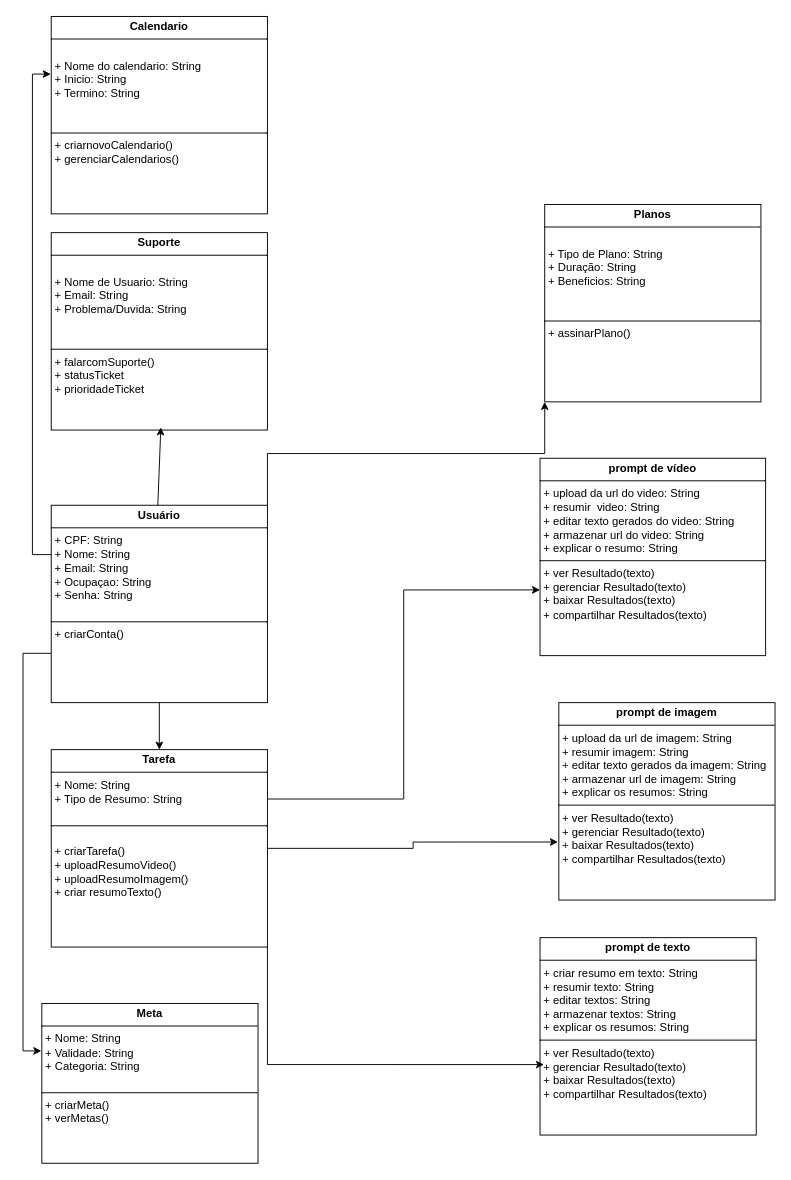
Before: page "Classes" (6 of 6) of Diagrama sem nome.drawio in maqueto/fcwai, a draw.io diagram. Source tidied: cells renumbered, new cells numbered last; positions are measured from the earlier drawing's top-left corner, leaving out a move shared by most shapes. Both pictures are drawn from the tidied source at 94%, with x=0, y=0 at pixel (41, 16).
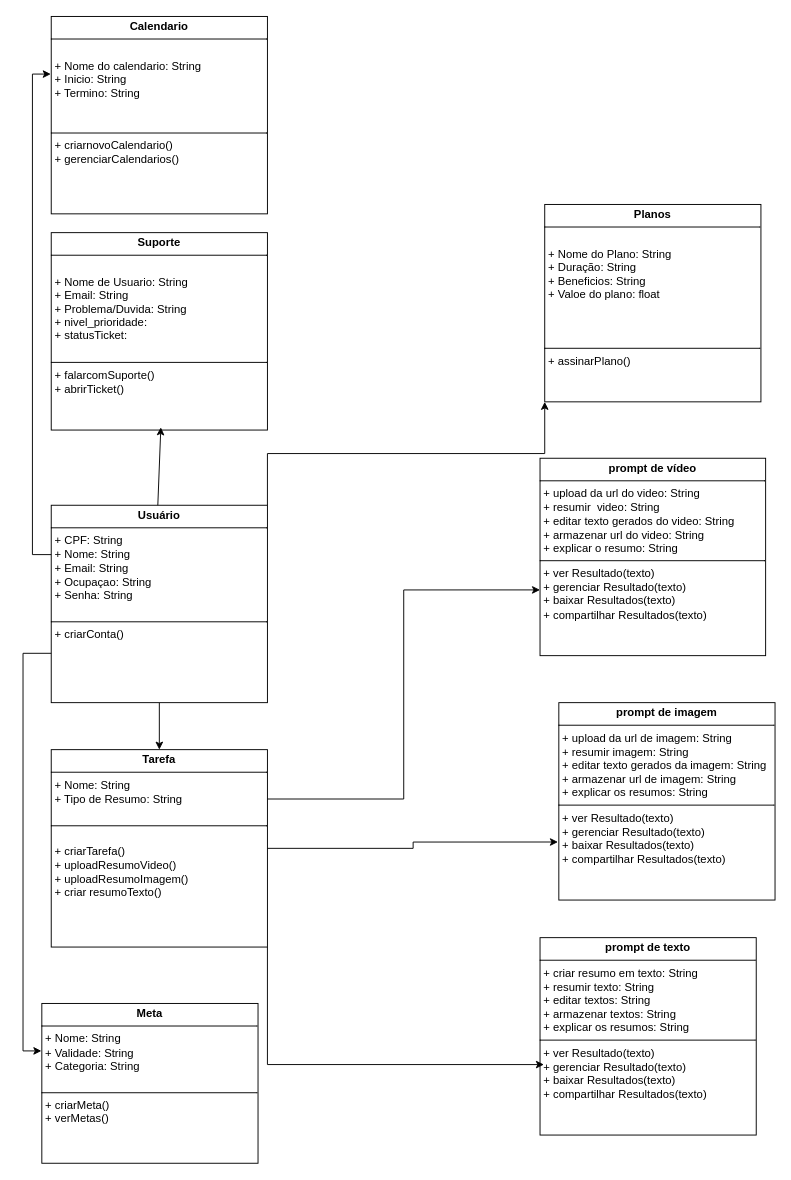
Above is the later version.

Change to the diagram source:
```diff
@@
 <mxGraphModel>
   <root>
     <mxCell id="0" />
     <mxCell id="1" parent="0" />
     <mxCell id="2" value="&lt;p style=&quot;margin:0px;margin-top:4px;text-align:center;&quot;&gt;&lt;b&gt;prompt de texto&lt;/b&gt;&lt;/p&gt;&lt;hr size=&quot;1&quot; style=&quot;border-style:solid;&quot;&gt;&lt;p style=&quot;margin: 0px 0px 0px 4px;&quot;&gt;+ criar resumo em texto: String&lt;/p&gt;&lt;p style=&quot;margin: 0px 0px 0px 4px;&quot;&gt;+ resumir texto: String&lt;/p&gt;&lt;p style=&quot;margin: 0px 0px 0px 4px;&quot;&gt;+ editar textos: String&lt;/p&gt;&lt;p style=&quot;margin: 0px 0px 0px 4px;&quot;&gt;+ armazenar textos: String&lt;/p&gt;&lt;p style=&quot;margin: 0px 0px 0px 4px;&quot;&gt;+ explicar os resumos: String&lt;/p&gt;&lt;hr size=&quot;1&quot; style=&quot;border-style:solid;&quot;&gt;&lt;p style=&quot;margin: 0px 0px 0px 4px;&quot;&gt;+ ver Resultado(texto)&lt;br&gt;&lt;/p&gt;&lt;p style=&quot;margin: 0px 0px 0px 4px;&quot;&gt;+ gerenciar Resultado(texto)&lt;/p&gt;&lt;p style=&quot;margin: 0px 0px 0px 4px;&quot;&gt;+ baixar Resultados(texto)&lt;/p&gt;&lt;p style=&quot;margin: 0px 0px 0px 4px;&quot;&gt;+ compartilhar Resultados(texto)&lt;/p&gt;&lt;p style=&quot;margin: 0px 0px 0px 4px;&quot;&gt;&lt;br&gt;&lt;/p&gt;" style="verticalAlign=top;align=left;overflow=fill;html=1;whiteSpace=wrap;" parent="1" vertex="1">
       <mxGeometry x="530" y="980" width="230" height="210" as="geometry" />
     </mxCell>
     <mxCell id="3" style="edgeStyle=orthogonalEdgeStyle;rounded=0;jettySize=auto;html=1;" parent="1" edge="1" source="5" target="8">
       <mxGeometry relative="1" as="geometry" />
     </mxCell>
     <mxCell id="4" style="edgeStyle=orthogonalEdgeStyle;rounded=0;jettySize=auto;html=1;exitX=1;exitY=0;exitDx=0;exitDy=0;entryX=0;entryY=1;entryDx=0;entryDy=0;" parent="1" edge="1" source="5" target="16">
       <mxGeometry relative="1" as="geometry" />
     </mxCell>
     <mxCell id="5" value="&lt;p style=&quot;margin:0px;margin-top:4px;text-align:center;&quot;&gt;&lt;b&gt;Usuário&lt;/b&gt;&lt;/p&gt;&lt;hr size=&quot;1&quot; style=&quot;border-style:solid;&quot;&gt;&lt;p style=&quot;margin:0px;margin-left:4px;&quot;&gt;+ CPF: String&lt;/p&gt;&lt;p style=&quot;margin:0px;margin-left:4px;&quot;&gt;+ Nome: String&lt;/p&gt;&lt;p style=&quot;margin:0px;margin-left:4px;&quot;&gt;+ Email: String&lt;/p&gt;&lt;p style=&quot;margin:0px;margin-left:4px;&quot;&gt;+ Ocupaçao: String&lt;/p&gt;&lt;p style=&quot;margin:0px;margin-left:4px;&quot;&gt;+ Senha: String&lt;/p&gt;&lt;p style=&quot;margin:0px;margin-left:4px;&quot;&gt;&lt;br&gt;&lt;/p&gt;&lt;hr size=&quot;1&quot; style=&quot;border-style:solid;&quot;&gt;&lt;p style=&quot;margin:0px;margin-left:4px;&quot;&gt;+ criarConta()&lt;/p&gt;&lt;p style=&quot;margin:0px;margin-left:4px;&quot;&gt;&lt;br&gt;&lt;/p&gt;" style="verticalAlign=top;align=left;overflow=fill;html=1;whiteSpace=wrap;" parent="1" vertex="1">
       <mxGeometry x="10" y="520" width="230" height="210" as="geometry" />
     </mxCell>
     <mxCell id="6" value="&lt;p style=&quot;margin:0px;margin-top:4px;text-align:center;&quot;&gt;&lt;b&gt;prompt de imagem&lt;/b&gt;&lt;/p&gt;&lt;hr size=&quot;1&quot; style=&quot;border-style:solid;&quot;&gt;&lt;p style=&quot;margin: 0px 0px 0px 4px;&quot;&gt;+ upload da url de imagem: String&lt;/p&gt;&lt;p style=&quot;margin: 0px 0px 0px 4px;&quot;&gt;+ resumir imagem: String&lt;/p&gt;&lt;p style=&quot;margin: 0px 0px 0px 4px;&quot;&gt;+ editar texto gerados da imagem: String&lt;/p&gt;&lt;p style=&quot;margin: 0px 0px 0px 4px;&quot;&gt;+ armazenar url de imagem: String&lt;/p&gt;&lt;p style=&quot;margin: 0px 0px 0px 4px;&quot;&gt;+ explicar os resumos: String&lt;/p&gt;&lt;hr size=&quot;1&quot; style=&quot;border-style:solid;&quot;&gt;&lt;p style=&quot;margin: 0px 0px 0px 4px;&quot;&gt;+ ver Resultado(texto)&lt;br&gt;&lt;/p&gt;&lt;p style=&quot;margin: 0px 0px 0px 4px;&quot;&gt;+ gerenciar Resultado(texto)&lt;/p&gt;&lt;p style=&quot;margin: 0px 0px 0px 4px;&quot;&gt;+ baixar Resultados(texto)&lt;/p&gt;&lt;p style=&quot;margin: 0px 0px 0px 4px;&quot;&gt;+ compartilhar Resultados(texto)&lt;/p&gt;&lt;p style=&quot;margin: 0px 0px 0px 4px;&quot;&gt;&lt;br&gt;&lt;/p&gt;" style="verticalAlign=top;align=left;overflow=fill;html=1;whiteSpace=wrap;" parent="1" vertex="1">
       <mxGeometry x="550" y="730" width="230" height="210" as="geometry" />
     </mxCell>
     <mxCell id="7" value="&lt;p style=&quot;margin:0px;margin-top:4px;text-align:center;&quot;&gt;&lt;b&gt;prompt de vídeo&lt;/b&gt;&lt;/p&gt;&lt;hr size=&quot;1&quot; style=&quot;border-style:solid;&quot;&gt;&lt;p style=&quot;margin: 0px 0px 0px 4px;&quot;&gt;+ upload da url do video: String&lt;/p&gt;&lt;p style=&quot;margin: 0px 0px 0px 4px;&quot;&gt;+ resumir&amp;nbsp; video: String&lt;/p&gt;&lt;p style=&quot;margin: 0px 0px 0px 4px;&quot;&gt;+ editar texto gerados do video: String&lt;/p&gt;&lt;p style=&quot;margin: 0px 0px 0px 4px;&quot;&gt;+ armazenar url do video: String&lt;/p&gt;&lt;p style=&quot;margin: 0px 0px 0px 4px;&quot;&gt;+ explicar o resumo: String&lt;/p&gt;&lt;hr size=&quot;1&quot; style=&quot;border-style:solid;&quot;&gt;&lt;p style=&quot;margin: 0px 0px 0px 4px;&quot;&gt;+ ver Resultado(texto)&lt;br&gt;&lt;/p&gt;&lt;p style=&quot;margin: 0px 0px 0px 4px;&quot;&gt;+ gerenciar Resultado(texto)&lt;/p&gt;&lt;p style=&quot;margin: 0px 0px 0px 4px;&quot;&gt;+ baixar Resultados(texto)&lt;/p&gt;&lt;p style=&quot;margin: 0px 0px 0px 4px;&quot;&gt;+ compartilhar Resultados(texto)&lt;/p&gt;&lt;p style=&quot;margin: 0px 0px 0px 4px;&quot;&gt;&lt;br&gt;&lt;/p&gt;" style="verticalAlign=top;align=left;overflow=fill;html=1;whiteSpace=wrap;" parent="1" vertex="1">
       <mxGeometry x="530" y="470" width="240" height="210" as="geometry" />
     </mxCell>
     <mxCell id="8" value="&lt;p style=&quot;margin:0px;margin-top:4px;text-align:center;&quot;&gt;&lt;b&gt;Tarefa&lt;/b&gt;&lt;/p&gt;&lt;hr size=&quot;1&quot; style=&quot;border-style:solid;&quot;&gt;&lt;p style=&quot;margin:0px;margin-left:4px;&quot;&gt;+ Nome: String&lt;/p&gt;&lt;p style=&quot;margin:0px;margin-left:4px;&quot;&gt;+ Tipo de Resumo: String&lt;/p&gt;&lt;p style=&quot;margin:0px;margin-left:4px;&quot;&gt;&lt;br&gt;&lt;/p&gt;&lt;hr size=&quot;1&quot; style=&quot;border-style:solid;&quot;&gt;&lt;p style=&quot;margin:0px;margin-left:4px;&quot;&gt;&lt;br&gt;&lt;/p&gt;&lt;p style=&quot;margin:0px;margin-left:4px;&quot;&gt;+ criarTarefa()&lt;/p&gt;&lt;p style=&quot;margin:0px;margin-left:4px;&quot;&gt;+ uploadResumoVideo()&lt;/p&gt;&lt;p style=&quot;margin:0px;margin-left:4px;&quot;&gt;+ uploadResumoImagem()&lt;/p&gt;&lt;p style=&quot;margin:0px;margin-left:4px;&quot;&gt;+ criar resumoTexto()&lt;/p&gt;" style="verticalAlign=top;align=left;overflow=fill;html=1;whiteSpace=wrap;" parent="1" vertex="1">
       <mxGeometry x="10" y="780" width="230" height="210" as="geometry" />
     </mxCell>
     <mxCell id="9" style="edgeStyle=orthogonalEdgeStyle;rounded=0;jettySize=auto;html=1;exitX=1;exitY=0.25;exitDx=0;exitDy=0;entryX=0;entryY=0.667;entryDx=0;entryDy=0;entryPerimeter=0;" parent="1" edge="1" source="8" target="7">
       <mxGeometry relative="1" as="geometry" />
     </mxCell>
     <mxCell id="10" style="edgeStyle=orthogonalEdgeStyle;rounded=0;jettySize=auto;html=1;exitX=1;exitY=0.5;exitDx=0;exitDy=0;entryX=-0.004;entryY=0.706;entryDx=0;entryDy=0;entryPerimeter=0;" parent="1" edge="1" source="8" target="6">
       <mxGeometry relative="1" as="geometry" />
     </mxCell>
     <mxCell id="11" style="edgeStyle=orthogonalEdgeStyle;rounded=0;jettySize=auto;html=1;exitX=1;exitY=1;exitDx=0;exitDy=0;entryX=0.018;entryY=0.643;entryDx=0;entryDy=0;entryPerimeter=0;" parent="1" edge="1" source="8" target="2">
       <mxGeometry relative="1" as="geometry" />
     </mxCell>
     <mxCell id="12" value="&lt;p style=&quot;margin:0px;margin-top:4px;text-align:center;&quot;&gt;&lt;b&gt;Meta&lt;/b&gt;&lt;/p&gt;&lt;hr size=&quot;1&quot; style=&quot;border-style:solid;&quot;&gt;&lt;p style=&quot;margin:0px;margin-left:4px;&quot;&gt;+ Nome: String&lt;/p&gt;&lt;p style=&quot;margin:0px;margin-left:4px;&quot;&gt;+ Validade: String&lt;/p&gt;&lt;p style=&quot;margin:0px;margin-left:4px;&quot;&gt;+ Categoria: String&lt;/p&gt;&lt;p style=&quot;margin:0px;margin-left:4px;&quot;&gt;&lt;br&gt;&lt;/p&gt;&lt;hr size=&quot;1&quot; style=&quot;border-style:solid;&quot;&gt;&lt;p style=&quot;margin:0px;margin-left:4px;&quot;&gt;+ criarMeta()&lt;/p&gt;&lt;p style=&quot;margin:0px;margin-left:4px;&quot;&gt;+ verMetas()&lt;/p&gt;" style="verticalAlign=top;align=left;overflow=fill;html=1;whiteSpace=wrap;" parent="1" vertex="1">
       <mxGeometry y="1050" width="230" height="170" as="geometry" />
     </mxCell>
-    <mxCell id="13" value="&lt;p style=&quot;margin:0px;margin-top:4px;text-align:center;&quot;&gt;&lt;b&gt;Suporte&lt;/b&gt;&lt;/p&gt;&lt;hr size=&quot;1&quot; style=&quot;border-style:solid;&quot;&gt;&lt;p style=&quot;margin:0px;margin-left:4px;&quot;&gt;&lt;br&gt;&lt;/p&gt;&lt;p style=&quot;margin:0px;margin-left:4px;&quot;&gt;+ Nome de Usuario: String&lt;/p&gt;&lt;p style=&quot;margin:0px;margin-left:4px;&quot;&gt;+ Email: String&lt;/p&gt;&lt;p style=&quot;margin:0px;margin-left:4px;&quot;&gt;+ Problema/Duvida: String&lt;/p&gt;&lt;p style=&quot;margin:0px;margin-left:4px;&quot;&gt;&lt;br&gt;&lt;/p&gt;&lt;p style=&quot;margin:0px;margin-left:4px;&quot;&gt;&lt;br&gt;&lt;/p&gt;&lt;hr size=&quot;1&quot; style=&quot;border-style:solid;&quot;&gt;&lt;p style=&quot;margin:0px;margin-left:4px;&quot;&gt;+ falarcomSuporte()&lt;/p&gt;&lt;p style=&quot;margin:0px;margin-left:4px;&quot;&gt;+ statusTicket&lt;/p&gt;&lt;p style=&quot;margin:0px;margin-left:4px;&quot;&gt;+ prioridadeTicket&lt;/p&gt;&lt;p style=&quot;margin:0px;margin-left:4px;&quot;&gt;&lt;br&gt;&lt;/p&gt;" style="verticalAlign=top;align=left;overflow=fill;html=1;whiteSpace=wrap;" parent="1" vertex="1">
+    <mxCell id="13" value="&lt;p style=&quot;margin:0px;margin-top:4px;text-align:center;&quot;&gt;&lt;b&gt;Suporte&lt;/b&gt;&lt;/p&gt;&lt;hr size=&quot;1&quot; style=&quot;border-style:solid;&quot;&gt;&lt;p style=&quot;margin:0px;margin-left:4px;&quot;&gt;&lt;br&gt;&lt;/p&gt;&lt;p style=&quot;margin:0px;margin-left:4px;&quot;&gt;+ Nome de Usuario: String&lt;/p&gt;&lt;p style=&quot;margin:0px;margin-left:4px;&quot;&gt;+ Email: String&lt;/p&gt;&lt;p style=&quot;margin:0px;margin-left:4px;&quot;&gt;+ Problema/Duvida: String&lt;/p&gt;&lt;p style=&quot;margin:0px;margin-left:4px;&quot;&gt;+ nivel_prioridade:&lt;/p&gt;&lt;p style=&quot;margin:0px;margin-left:4px;&quot;&gt;+ statusTicket:&lt;/p&gt;&lt;p style=&quot;margin:0px;margin-left:4px;&quot;&gt;&lt;br&gt;&lt;/p&gt;&lt;hr size=&quot;1&quot; style=&quot;border-style:solid;&quot;&gt;&lt;p style=&quot;margin:0px;margin-left:4px;&quot;&gt;+ falarcomSuporte()&lt;/p&gt;&lt;p style=&quot;margin:0px;margin-left:4px;&quot;&gt;+ abrirTicket()&lt;/p&gt;" style="verticalAlign=top;align=left;overflow=fill;html=1;whiteSpace=wrap;" parent="1" vertex="1">
       <mxGeometry x="10" y="230" width="230" height="210" as="geometry" />
     </mxCell>
     <mxCell id="14" style="endArrow=classic;html=1;rounded=0;entryX=0.536;entryY=0.986;entryDx=0;entryDy=0;entryPerimeter=0;" parent="1" edge="1">
       <mxGeometry relative="1" as="geometry">
         <mxPoint x="123.4" y="520" as="sourcePoint" />
         <mxPoint x="126.6" y="437.1" as="targetPoint" />
       </mxGeometry>
     </mxCell>
     <mxCell id="15" style="edgeStyle=orthogonalEdgeStyle;rounded=0;jettySize=auto;html=1;exitX=0;exitY=0.75;exitDx=0;exitDy=0;entryX=-0.002;entryY=0.297;entryDx=0;entryDy=0;entryPerimeter=0;" parent="1" edge="1" source="5" target="12">
       <mxGeometry relative="1" as="geometry" />
     </mxCell>
-    <mxCell id="16" value="&lt;p style=&quot;margin:0px;margin-top:4px;text-align:center;&quot;&gt;&lt;b&gt;Planos&lt;/b&gt;&lt;/p&gt;&lt;hr size=&quot;1&quot; style=&quot;border-style:solid;&quot;&gt;&lt;p style=&quot;margin:0px;margin-left:4px;&quot;&gt;&lt;br&gt;&lt;/p&gt;&lt;p style=&quot;margin:0px;margin-left:4px;&quot;&gt;+ Tipo de Plano: String&lt;/p&gt;&lt;p style=&quot;margin:0px;margin-left:4px;&quot;&gt;+ Duração: String&lt;/p&gt;&lt;p style=&quot;margin:0px;margin-left:4px;&quot;&gt;+ Beneficios: String&lt;/p&gt;&lt;p style=&quot;margin:0px;margin-left:4px;&quot;&gt;&lt;br&gt;&lt;/p&gt;&lt;p style=&quot;margin:0px;margin-left:4px;&quot;&gt;&lt;br&gt;&lt;/p&gt;&lt;hr size=&quot;1&quot; style=&quot;border-style:solid;&quot;&gt;&lt;p style=&quot;margin:0px;margin-left:4px;&quot;&gt;+ assinarPlano()&lt;/p&gt;&lt;p style=&quot;margin:0px;margin-left:4px;&quot;&gt;&lt;br&gt;&lt;/p&gt;" style="verticalAlign=top;align=left;overflow=fill;html=1;whiteSpace=wrap;" parent="1" vertex="1">
+    <mxCell id="16" value="&lt;p style=&quot;margin:0px;margin-top:4px;text-align:center;&quot;&gt;&lt;b&gt;Planos&lt;/b&gt;&lt;/p&gt;&lt;hr size=&quot;1&quot; style=&quot;border-style:solid;&quot;&gt;&lt;p style=&quot;margin:0px;margin-left:4px;&quot;&gt;&lt;br&gt;&lt;/p&gt;&lt;p style=&quot;margin:0px;margin-left:4px;&quot;&gt;+ Nome do Plano: String&lt;/p&gt;&lt;p style=&quot;margin:0px;margin-left:4px;&quot;&gt;+ Duração: String&lt;/p&gt;&lt;p style=&quot;margin:0px;margin-left:4px;&quot;&gt;+ Beneficios: String&lt;/p&gt;&lt;p style=&quot;margin:0px;margin-left:4px;&quot;&gt;+ Valoe do plano: float&lt;/p&gt;&lt;p style=&quot;margin:0px;margin-left:4px;&quot;&gt;&lt;br&gt;&lt;/p&gt;&lt;p style=&quot;margin:0px;margin-left:4px;&quot;&gt;&lt;br&gt;&lt;/p&gt;&lt;p style=&quot;margin:0px;margin-left:4px;&quot;&gt;&lt;br&gt;&lt;/p&gt;&lt;hr size=&quot;1&quot; style=&quot;border-style:solid;&quot;&gt;&lt;p style=&quot;margin:0px;margin-left:4px;&quot;&gt;+ assinarPlano()&lt;/p&gt;&lt;p style=&quot;margin:0px;margin-left:4px;&quot;&gt;&lt;br&gt;&lt;/p&gt;" style="verticalAlign=top;align=left;overflow=fill;html=1;whiteSpace=wrap;" parent="1" vertex="1">
       <mxGeometry x="535" y="200" width="230" height="210" as="geometry" />
     </mxCell>
     <mxCell id="17" value="&lt;p style=&quot;margin:0px;margin-top:4px;text-align:center;&quot;&gt;&lt;b&gt;Calendario&lt;/b&gt;&lt;/p&gt;&lt;hr size=&quot;1&quot; style=&quot;border-style:solid;&quot;&gt;&lt;p style=&quot;margin:0px;margin-left:4px;&quot;&gt;&lt;br&gt;&lt;/p&gt;&lt;p style=&quot;margin:0px;margin-left:4px;&quot;&gt;+ Nome do calendario: String&lt;/p&gt;&lt;p style=&quot;margin:0px;margin-left:4px;&quot;&gt;+ Inicio: String&lt;/p&gt;&lt;p style=&quot;margin:0px;margin-left:4px;&quot;&gt;+ Termino: String&lt;/p&gt;&lt;p style=&quot;margin:0px;margin-left:4px;&quot;&gt;&lt;br&gt;&lt;/p&gt;&lt;p style=&quot;margin:0px;margin-left:4px;&quot;&gt;&lt;br&gt;&lt;/p&gt;&lt;hr size=&quot;1&quot; style=&quot;border-style:solid;&quot;&gt;&lt;p style=&quot;margin:0px;margin-left:4px;&quot;&gt;+ criarnovoCalendario()&lt;/p&gt;&lt;p style=&quot;margin:0px;margin-left:4px;&quot;&gt;+ gerenciarCalendarios()&lt;/p&gt;&lt;p style=&quot;margin:0px;margin-left:4px;&quot;&gt;&lt;br&gt;&lt;/p&gt;&lt;p style=&quot;margin:0px;margin-left:4px;&quot;&gt;&lt;br&gt;&lt;/p&gt;" style="verticalAlign=top;align=left;overflow=fill;html=1;whiteSpace=wrap;" parent="1" vertex="1">
       <mxGeometry x="10" width="230" height="210" as="geometry" />
     </mxCell>
     <mxCell id="18" style="edgeStyle=orthogonalEdgeStyle;rounded=0;jettySize=auto;html=1;exitX=0;exitY=0.25;exitDx=0;exitDy=0;entryX=-0.002;entryY=0.292;entryDx=0;entryDy=0;entryPerimeter=0;" parent="1" edge="1" source="5" target="17">
       <mxGeometry relative="1" as="geometry" />
     </mxCell>
   </root>
 </mxGraphModel>
```
